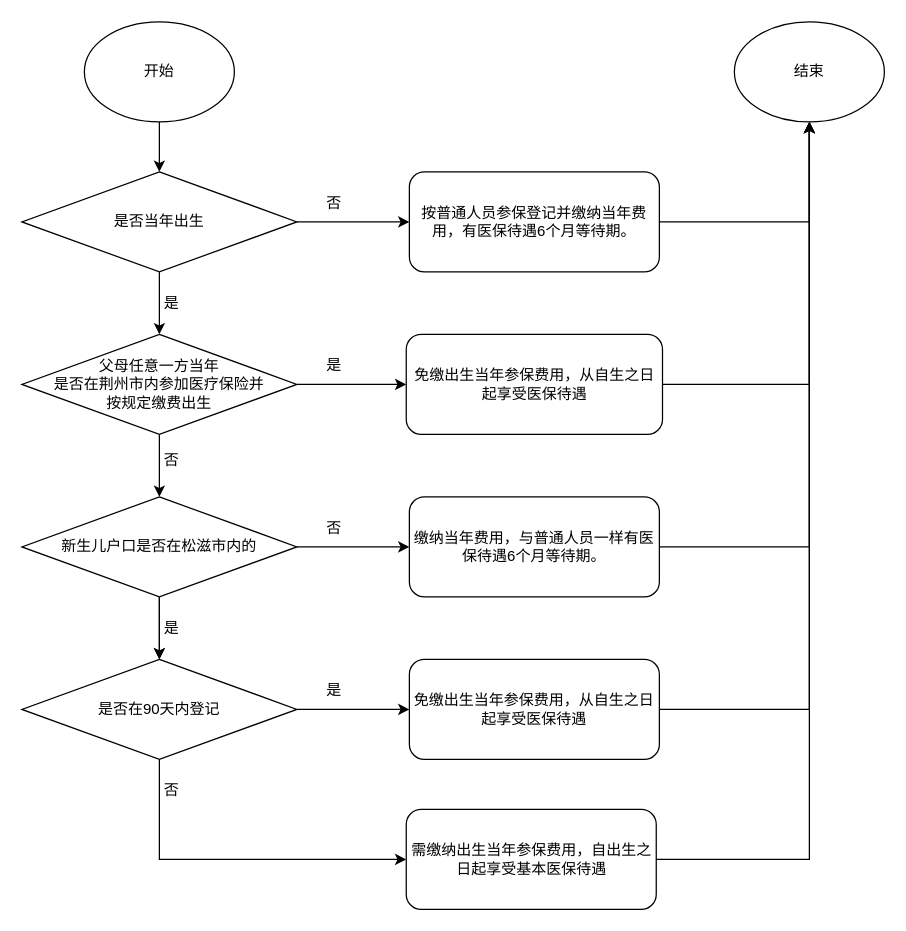
Earlier version of the draw.io diagram 城乡居民医保涉及新生儿出生当年免缴政策流程图.drawio (zouwei-0218/drawio). Source tidied: cells renumbered, new cells numbered last; positions are measured from the earlier drawing's top-left corner, leaving out a move shared by most shapes. Both pictures are drawn from the tidied source at 125%, with x=0, y=0 at pixel (21, 21).
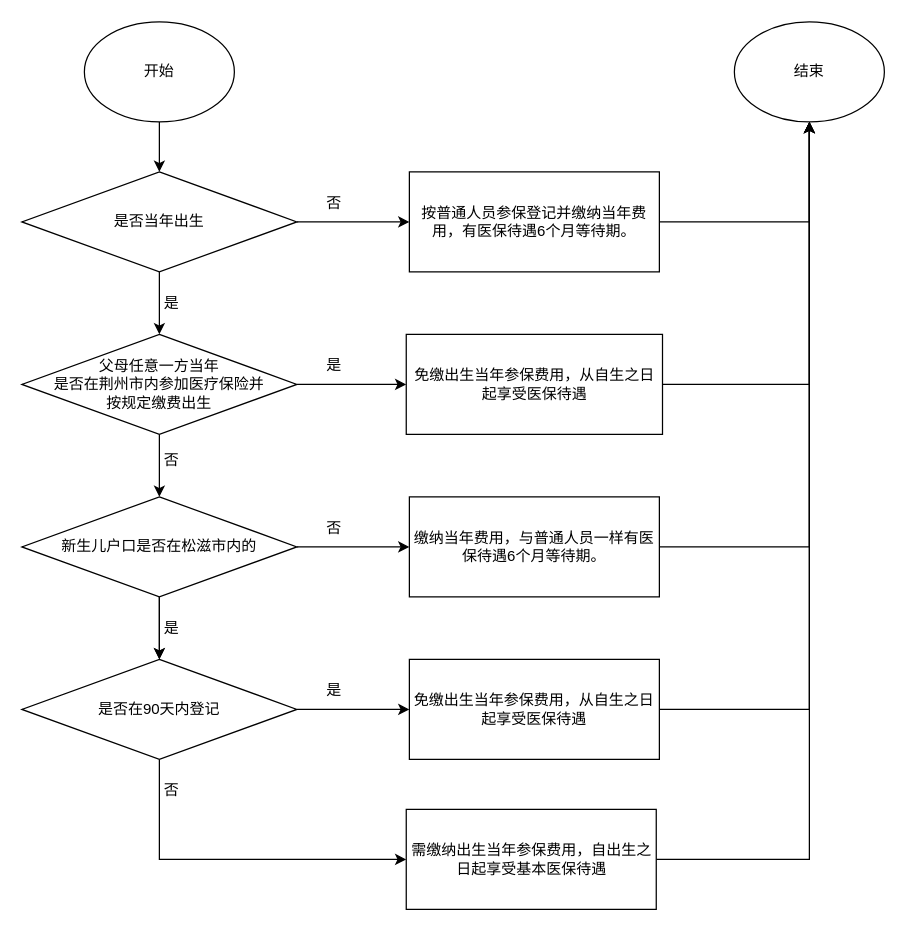
The same diagram, later.

Commit message:
更新城乡居民医保涉及新生儿出生当年免缴政策流程图.drawio

Change to the diagram source:
```diff
@@
-    <mxCell id="16" value="需缴纳出生当年参保费用，自出生之日起享受基本医保待遇" style="rounded=1;whiteSpace=wrap;html=1;" parent="1" vertex="1">
+    <mxCell id="16" value="需缴纳出生当年参保费用，自出生之日起享受基本医保待遇" style="rounded=0;whiteSpace=wrap;html=1;" parent="1" vertex="1">
       <mxGeometry x="307.5" y="630" width="200" height="80" as="geometry" />
     </mxCell>
@@
-    <mxCell id="19" value="免缴出生当年参保费用，从自生之日起享受医保待遇" style="rounded=1;whiteSpace=wrap;html=1;" parent="1" vertex="1">
+    <mxCell id="19" value="免缴出生当年参保费用，从自生之日起享受医保待遇" style="rounded=0;whiteSpace=wrap;html=1;" parent="1" vertex="1">
       <mxGeometry x="307.5" y="250" width="205" height="80" as="geometry" />
     </mxCell>
@@
-    <mxCell id="21" value="按普通人员参保登记并缴纳当年费用，有医保待遇6个月等待期。" style="rounded=1;whiteSpace=wrap;html=1;" parent="1" vertex="1">
+    <mxCell id="21" value="按普通人员参保登记并缴纳当年费用，有医保待遇6个月等待期。" style="rounded=0;whiteSpace=wrap;html=1;" parent="1" vertex="1">
       <mxGeometry x="310" y="120" width="200" height="80" as="geometry" />
     </mxCell>
@@
-    <mxCell id="23" value="缴纳当年费用，与普通人员一样有医保待遇6个月等待期。" style="rounded=1;whiteSpace=wrap;html=1;" parent="1" vertex="1">
+    <mxCell id="23" value="缴纳当年费用，与普通人员一样有医保待遇6个月等待期。" style="rounded=0;whiteSpace=wrap;html=1;" parent="1" vertex="1">
       <mxGeometry x="310" y="380" width="200" height="80" as="geometry" />
     </mxCell>
@@
-    <mxCell id="35" value="免缴出生当年参保费用，从自生之日起享受医保待遇" style="rounded=1;whiteSpace=wrap;html=1;" parent="1" vertex="1">
+    <mxCell id="35" value="免缴出生当年参保费用，从自生之日起享受医保待遇" style="rounded=0;whiteSpace=wrap;html=1;" parent="1" vertex="1">
       <mxGeometry x="310" y="510" width="200" height="80" as="geometry" />
     </mxCell>
```
